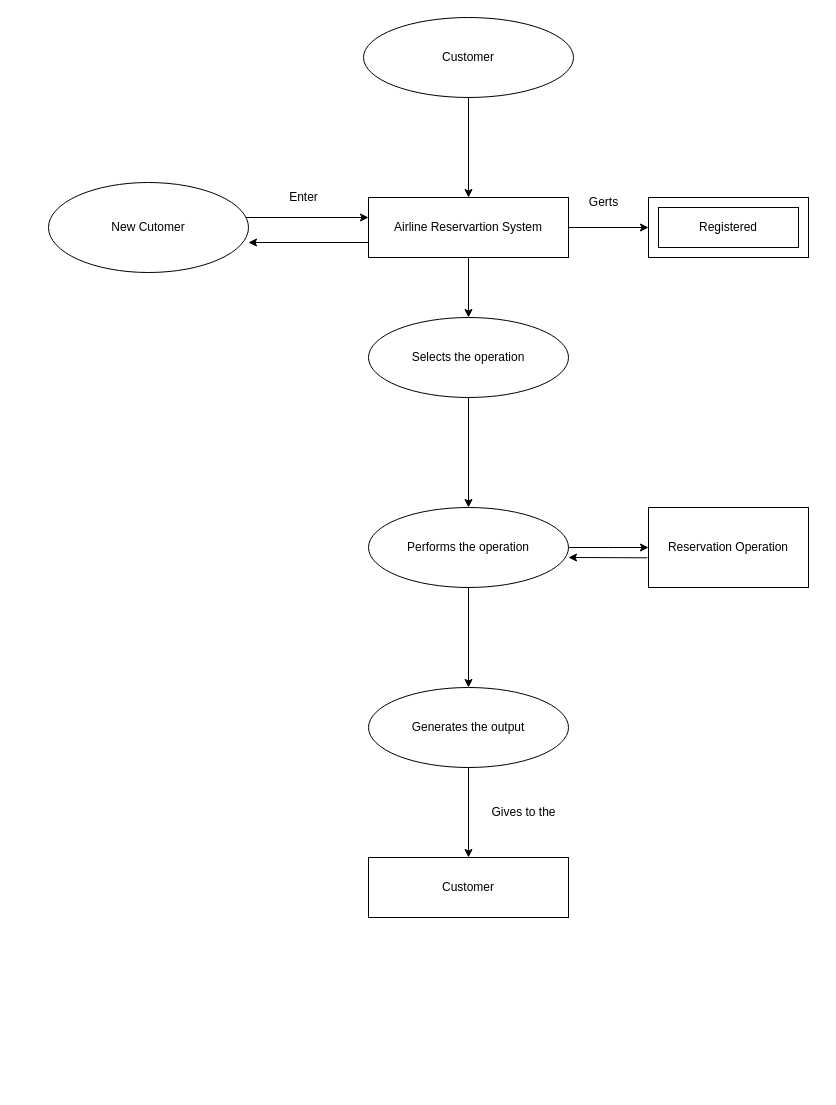
SarwarEbrahimi01/Airline-Reservations-Management-System- keeps this draw.io diagram as Airline.drawio. Above is the earlier version. Source tidied: cells renumbered, new cells numbered last; positions are measured from the earlier drawing's top-left corner, leaving out a move shared by most shapes. Both pictures are drawn from the tidied source at 100%, with x=0, y=0 at pixel (48, 17).
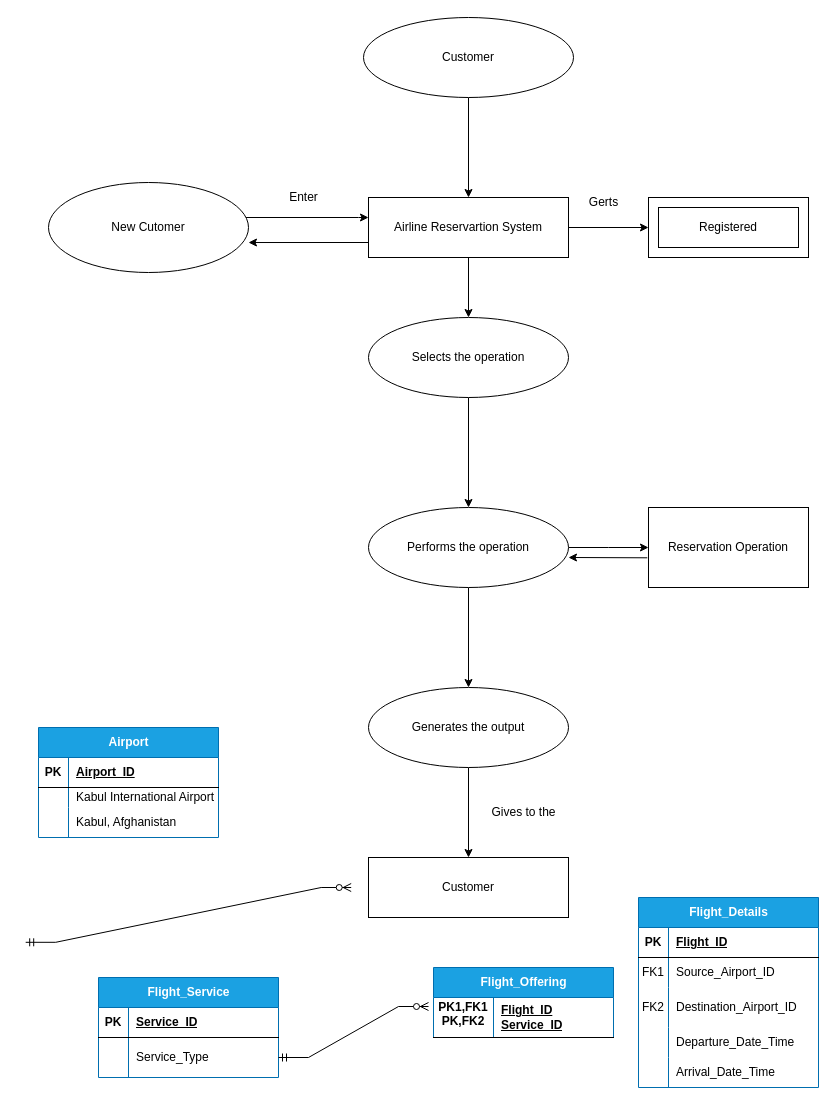
The same diagram, later.

Change to the diagram source:
```diff
@@
+    <mxCell id="25" value="Airport" style="shape=table;startSize=30;childLayout=tableLayout;rowLines=0;fontStyle=1;align=center;html=1;fillColor=#1ba1e2;fontColor=#ffffff;strokeColor=#006EAF;" parent="1" vertex="1">
+      <mxGeometry x="-10" y="710" width="180" height="110" as="geometry" />
+    </mxCell>
+    <mxCell id="26" style="shape=tableRow;horizontal=0;startSize=0;swimlaneHead=0;swimlaneBody=0;fillColor=none;top=0;left=0;right=0;bottom=1;" parent="25" vertex="1">
+      <mxGeometry y="30" width="180" height="30" as="geometry" />
+    </mxCell>
+    <mxCell id="27" value="PK" style="shape=partialRectangle;fillColor=none;top=0;left=0;bottom=0;right=0;fontStyle=1;overflow=hidden;whiteSpace=wrap;html=1;" parent="26" vertex="1">
+      <mxGeometry width="30" height="30" as="geometry" />
+    </mxCell>
+    <mxCell id="28" value="Airport_ID" style="shape=partialRectangle;fillColor=none;top=0;left=0;bottom=0;right=0;align=left;spacingLeft=6;fontStyle=5;overflow=hidden;whiteSpace=wrap;html=1;" parent="26" vertex="1">
+      <mxGeometry x="30" width="150" height="30" as="geometry" />
+    </mxCell>
+    <mxCell id="29" style="shape=tableRow;horizontal=0;startSize=0;swimlaneHead=0;swimlaneBody=0;fillColor=none;top=0;left=0;right=0;bottom=0;" parent="25" vertex="1">
+      <mxGeometry y="60" width="180" height="20" as="geometry" />
+    </mxCell>
+    <mxCell id="30" style="shape=partialRectangle;fillColor=none;top=0;left=0;bottom=0;right=0;overflow=hidden;whiteSpace=wrap;html=1;" parent="29" vertex="1">
+      <mxGeometry width="30" height="20" as="geometry" />
+    </mxCell>
+    <mxCell id="31" value="Kabul International Airport" style="shape=partialRectangle;fillColor=none;top=0;left=0;bottom=0;right=0;align=left;spacingLeft=6;overflow=hidden;whiteSpace=wrap;html=1;" parent="29" vertex="1">
+      <mxGeometry x="30" width="150" height="20" as="geometry" />
+    </mxCell>
+    <mxCell id="32" style="shape=tableRow;horizontal=0;startSize=0;swimlaneHead=0;swimlaneBody=0;fillColor=none;top=0;left=0;right=0;bottom=0;" parent="25" vertex="1">
+      <mxGeometry y="80" width="180" height="30" as="geometry" />
+    </mxCell>
+    <mxCell id="33" style="shape=partialRectangle;fillColor=none;top=0;left=0;bottom=0;right=0;overflow=hidden;whiteSpace=wrap;html=1;" parent="32" vertex="1">
+      <mxGeometry width="30" height="30" as="geometry" />
+    </mxCell>
+    <mxCell id="34" value="Kabul, Afghanistan" style="shape=partialRectangle;fillColor=none;top=0;left=0;bottom=0;right=0;align=left;spacingLeft=6;overflow=hidden;whiteSpace=wrap;html=1;" parent="32" vertex="1">
+      <mxGeometry x="30" width="150" height="30" as="geometry" />
+    </mxCell>
+    <mxCell id="35" value="Flight_Details" style="shape=table;startSize=30;childLayout=tableLayout;rowLines=0;fontStyle=1;align=center;html=1;fillColor=#1ba1e2;fontColor=#ffffff;strokeColor=#006EAF;" parent="1" vertex="1">
+      <mxGeometry x="590" y="880" width="180" height="190" as="geometry" />
+    </mxCell>
+    <mxCell id="36" style="shape=tableRow;horizontal=0;startSize=0;swimlaneHead=0;swimlaneBody=0;fillColor=none;top=0;left=0;right=0;bottom=1;" parent="35" vertex="1">
+      <mxGeometry y="30" width="180" height="30" as="geometry" />
+    </mxCell>
+    <mxCell id="37" value="PK" style="shape=partialRectangle;fillColor=none;top=0;left=0;bottom=0;right=0;fontStyle=1;overflow=hidden;whiteSpace=wrap;html=1;" parent="36" vertex="1">
+      <mxGeometry width="30" height="30" as="geometry" />
+    </mxCell>
+    <mxCell id="38" value="Flight_ID" style="shape=partialRectangle;fillColor=none;top=0;left=0;bottom=0;right=0;align=left;spacingLeft=6;fontStyle=5;overflow=hidden;whiteSpace=wrap;html=1;" parent="36" vertex="1">
+      <mxGeometry x="30" width="150" height="30" as="geometry" />
+    </mxCell>
+    <mxCell id="39" style="shape=tableRow;horizontal=0;startSize=0;swimlaneHead=0;swimlaneBody=0;fillColor=none;top=0;left=0;right=0;bottom=0;" parent="35" vertex="1">
+      <mxGeometry y="60" width="180" height="30" as="geometry" />
+    </mxCell>
+    <mxCell id="40" value="FK1" style="shape=partialRectangle;fillColor=none;top=0;left=0;bottom=0;right=0;overflow=hidden;whiteSpace=wrap;html=1;" parent="39" vertex="1">
+      <mxGeometry width="30" height="30" as="geometry" />
+    </mxCell>
+    <mxCell id="41" value="Source_Airport_ID" style="shape=partialRectangle;fillColor=none;top=0;left=0;bottom=0;right=0;align=left;spacingLeft=6;overflow=hidden;whiteSpace=wrap;html=1;" parent="39" vertex="1">
+      <mxGeometry x="30" width="150" height="30" as="geometry" />
+    </mxCell>
+    <mxCell id="42" style="shape=tableRow;horizontal=0;startSize=0;swimlaneHead=0;swimlaneBody=0;fillColor=none;top=0;left=0;right=0;bottom=0;" parent="35" vertex="1">
+      <mxGeometry y="90" width="180" height="40" as="geometry" />
+    </mxCell>
+    <mxCell id="43" value="FK2" style="shape=partialRectangle;fillColor=none;top=0;left=0;bottom=0;right=0;overflow=hidden;whiteSpace=wrap;html=1;" parent="42" vertex="1">
+      <mxGeometry width="30" height="40" as="geometry" />
+    </mxCell>
+    <mxCell id="44" value="Destination_Airport_ID" style="shape=partialRectangle;fillColor=none;top=0;left=0;bottom=0;right=0;align=left;spacingLeft=6;overflow=hidden;whiteSpace=wrap;html=1;" parent="42" vertex="1">
+      <mxGeometry x="30" width="150" height="40" as="geometry" />
+    </mxCell>
+    <mxCell id="45" style="shape=tableRow;horizontal=0;startSize=0;swimlaneHead=0;swimlaneBody=0;fillColor=none;top=0;left=0;right=0;bottom=0;" parent="35" vertex="1">
+      <mxGeometry y="130" width="180" height="30" as="geometry" />
+    </mxCell>
+    <mxCell id="46" style="shape=partialRectangle;fillColor=none;top=0;left=0;bottom=0;right=0;overflow=hidden;whiteSpace=wrap;html=1;" parent="45" vertex="1">
+      <mxGeometry width="30" height="30" as="geometry" />
+    </mxCell>
+    <mxCell id="47" value="Departure_Date_Time" style="shape=partialRectangle;fillColor=none;top=0;left=0;bottom=0;right=0;align=left;spacingLeft=6;overflow=hidden;whiteSpace=wrap;html=1;" parent="45" vertex="1">
+      <mxGeometry x="30" width="150" height="30" as="geometry" />
+    </mxCell>
+    <mxCell id="48" style="shape=tableRow;horizontal=0;startSize=0;swimlaneHead=0;swimlaneBody=0;fillColor=none;top=0;left=0;right=0;bottom=0;" parent="35" vertex="1">
+      <mxGeometry y="160" width="180" height="30" as="geometry" />
+    </mxCell>
+    <mxCell id="49" style="shape=partialRectangle;fillColor=none;top=0;left=0;bottom=0;right=0;overflow=hidden;whiteSpace=wrap;html=1;" parent="48" vertex="1">
+      <mxGeometry width="30" height="30" as="geometry" />
+    </mxCell>
+    <mxCell id="50" value="Arrival_Date_Time" style="shape=partialRectangle;fillColor=none;top=0;left=0;bottom=0;right=0;align=left;spacingLeft=6;overflow=hidden;whiteSpace=wrap;html=1;" parent="48" vertex="1">
+      <mxGeometry x="30" width="150" height="30" as="geometry" />
+    </mxCell>
+    <mxCell id="51" value="Flight_Service" style="shape=table;startSize=30;childLayout=tableLayout;rowLines=0;fontStyle=1;align=center;html=1;fillColor=#1ba1e2;fontColor=#ffffff;strokeColor=#006EAF;" parent="1" vertex="1">
+      <mxGeometry x="50" y="960" width="180" height="100" as="geometry" />
+    </mxCell>
+    <mxCell id="52" style="shape=tableRow;horizontal=0;startSize=0;swimlaneHead=0;swimlaneBody=0;fillColor=none;top=0;left=0;right=0;bottom=1;" parent="51" vertex="1">
+      <mxGeometry y="30" width="180" height="30" as="geometry" />
+    </mxCell>
+    <mxCell id="53" value="PK" style="shape=partialRectangle;fillColor=none;top=0;left=0;bottom=0;right=0;fontStyle=1;overflow=hidden;whiteSpace=wrap;html=1;" parent="52" vertex="1">
+      <mxGeometry width="30" height="30" as="geometry" />
+    </mxCell>
+    <mxCell id="54" value="Service_ID" style="shape=partialRectangle;fillColor=none;top=0;left=0;bottom=0;right=0;align=left;spacingLeft=6;fontStyle=5;overflow=hidden;whiteSpace=wrap;html=1;" parent="52" vertex="1">
+      <mxGeometry x="30" width="150" height="30" as="geometry" />
+    </mxCell>
+    <mxCell id="55" style="shape=tableRow;horizontal=0;startSize=0;swimlaneHead=0;swimlaneBody=0;fillColor=none;points=[[0,0.5],[1,0.5]];portConstraint=eastwest;top=0;left=0;right=0;bottom=0;" parent="51" vertex="1">
+      <mxGeometry y="60" width="180" height="40" as="geometry" />
+    </mxCell>
+    <mxCell id="56" style="shape=partialRectangle;fillColor=none;top=0;left=0;bottom=0;right=0;overflow=hidden;whiteSpace=wrap;html=1;" parent="55" vertex="1">
+      <mxGeometry width="30" height="40" as="geometry" />
+    </mxCell>
+    <mxCell id="57" value="Service_Type" style="shape=partialRectangle;fillColor=none;top=0;left=0;bottom=0;right=0;align=left;spacingLeft=6;overflow=hidden;whiteSpace=wrap;html=1;" parent="55" vertex="1">
+      <mxGeometry x="30" width="150" height="40" as="geometry" />
+    </mxCell>
+    <mxCell id="58" value="Flight_Offering" style="shape=table;startSize=30;childLayout=tableLayout;rowLines=0;fontStyle=1;align=center;html=1;fillColor=#1ba1e2;fontColor=#ffffff;strokeColor=#006EAF;" parent="1" vertex="1">
+      <mxGeometry x="385" y="950" width="180" height="70" as="geometry" />
+    </mxCell>
+    <mxCell id="59" style="shape=tableRow;horizontal=0;startSize=0;swimlaneHead=0;swimlaneBody=0;fillColor=none;top=0;left=0;right=0;bottom=1;" parent="58" vertex="1">
+      <mxGeometry y="30" width="180" height="40" as="geometry" />
+    </mxCell>
+    <mxCell id="60" value="PK1,FK1&lt;div&gt;&lt;div&gt;PK,FK2&lt;br&gt;&lt;div&gt;&lt;br&gt;&lt;/div&gt;&lt;/div&gt;&lt;/div&gt;" style="shape=partialRectangle;fillColor=none;top=0;left=0;bottom=0;right=0;fontStyle=1;overflow=hidden;whiteSpace=wrap;html=1;" parent="59" vertex="1">
+      <mxGeometry width="60" height="40" as="geometry" />
+    </mxCell>
+    <mxCell id="61" value="Flight_ID&lt;div&gt;Service_ID&lt;/div&gt;" style="shape=partialRectangle;fillColor=none;top=0;left=0;bottom=0;right=0;align=left;spacingLeft=6;fontStyle=5;overflow=hidden;whiteSpace=wrap;html=1;" parent="59" vertex="1">
+      <mxGeometry x="60" width="120" height="40" as="geometry" />
+    </mxCell>
+    <mxCell id="62" style="edgeStyle=entityRelationEdgeStyle;fontSize=12;html=1;endArrow=ERzeroToMany;startArrow=ERmandOne;rounded=0;exitX=1;exitY=0.5;exitDx=0;exitDy=0;" parent="1" edge="1" source="55">
+      <mxGeometry relative="1" as="geometry">
+        <mxPoint x="380" y="989" as="targetPoint" />
+        <Array as="points">
+          <mxPoint x="330" y="950" />
+          <mxPoint x="360" y="980" />
+        </Array>
+      </mxGeometry>
+    </mxCell>
+    <mxCell id="63" style="edgeStyle=entityRelationEdgeStyle;fontSize=12;html=1;endArrow=ERzeroToMany;startArrow=ERmandOne;rounded=0;entryX=-0.025;entryY=0.08;entryDx=0;entryDy=0;entryPerimeter=0;" parent="1" edge="1">
+      <mxGeometry relative="1" as="geometry">
+        <mxPoint x="-22.8" y="924.8" as="sourcePoint" />
+        <mxPoint x="302.7" y="870" as="targetPoint" />
+        <Array as="points">
+          <mxPoint x="27.2" y="864.8" />
+          <mxPoint x="117.2" y="834.8" />
+          <mxPoint x="107.2" y="904.8" />
+          <mxPoint x="127.2" y="874.8" />
+          <mxPoint x="167.2" y="904.8" />
+          <mxPoint x="307.2" y="814.8" />
+          <mxPoint x="157.2" y="844.8" />
+          <mxPoint x="337.2" y="824.8" />
+          <mxPoint x="297.2" y="834.8" />
+          <mxPoint x="157.2" y="854.8" />
+          <mxPoint x="167.2" y="834.8" />
+        </Array>
+      </mxGeometry>
+    </mxCell>
```
